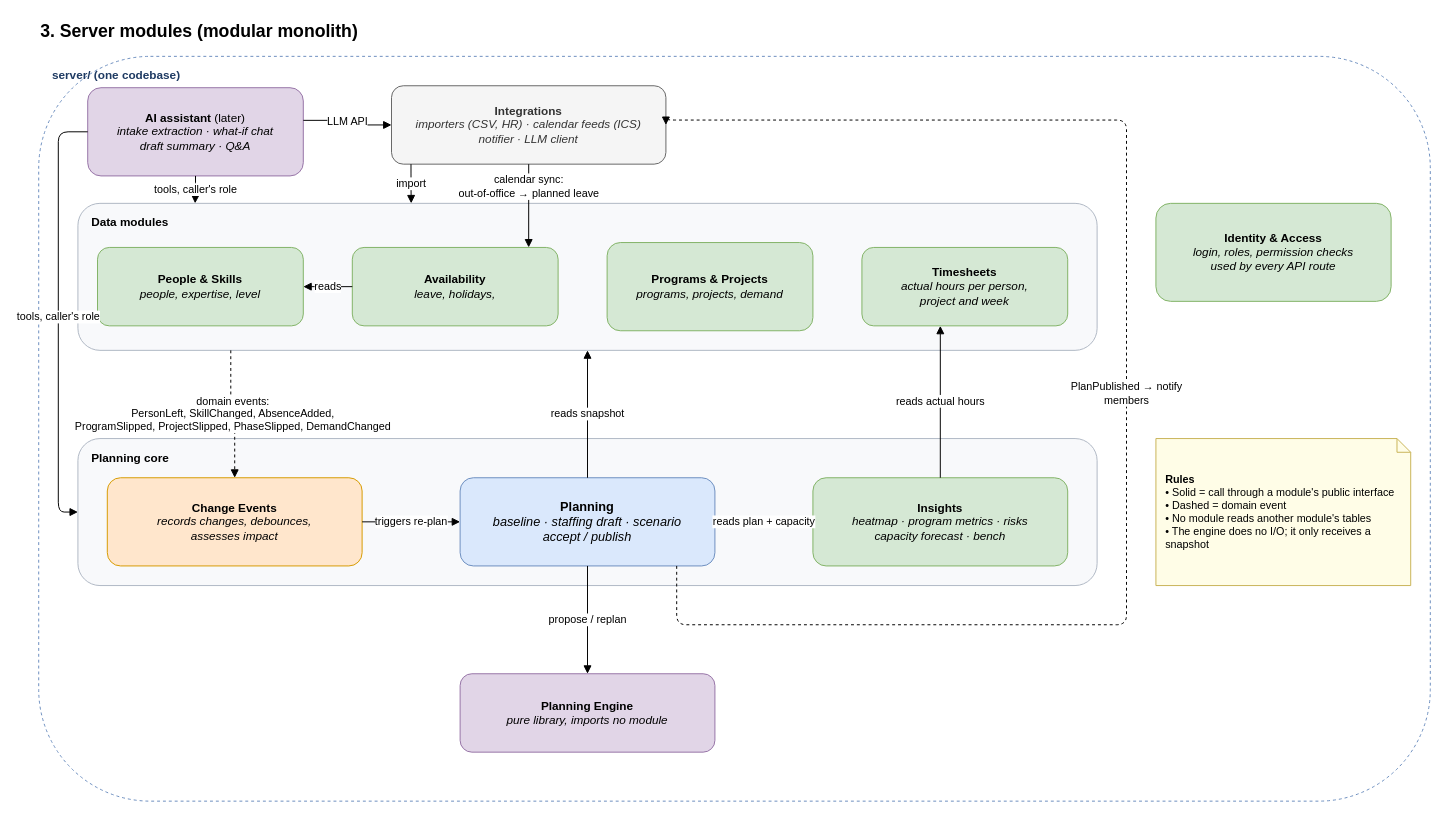
This is page "3. Server modules" (3 of 9) of docs/architecture.drawio from dophnamm/the-slot-finder, a draw.io file, before an edit. Source tidied: cells renumbered, new cells numbered last; positions are measured from the earlier drawing's top-left corner, leaving out a move shared by most shapes. Both pictures are drawn from the tidied source at 98%, with x=0, y=0 at pixel (38, 17).
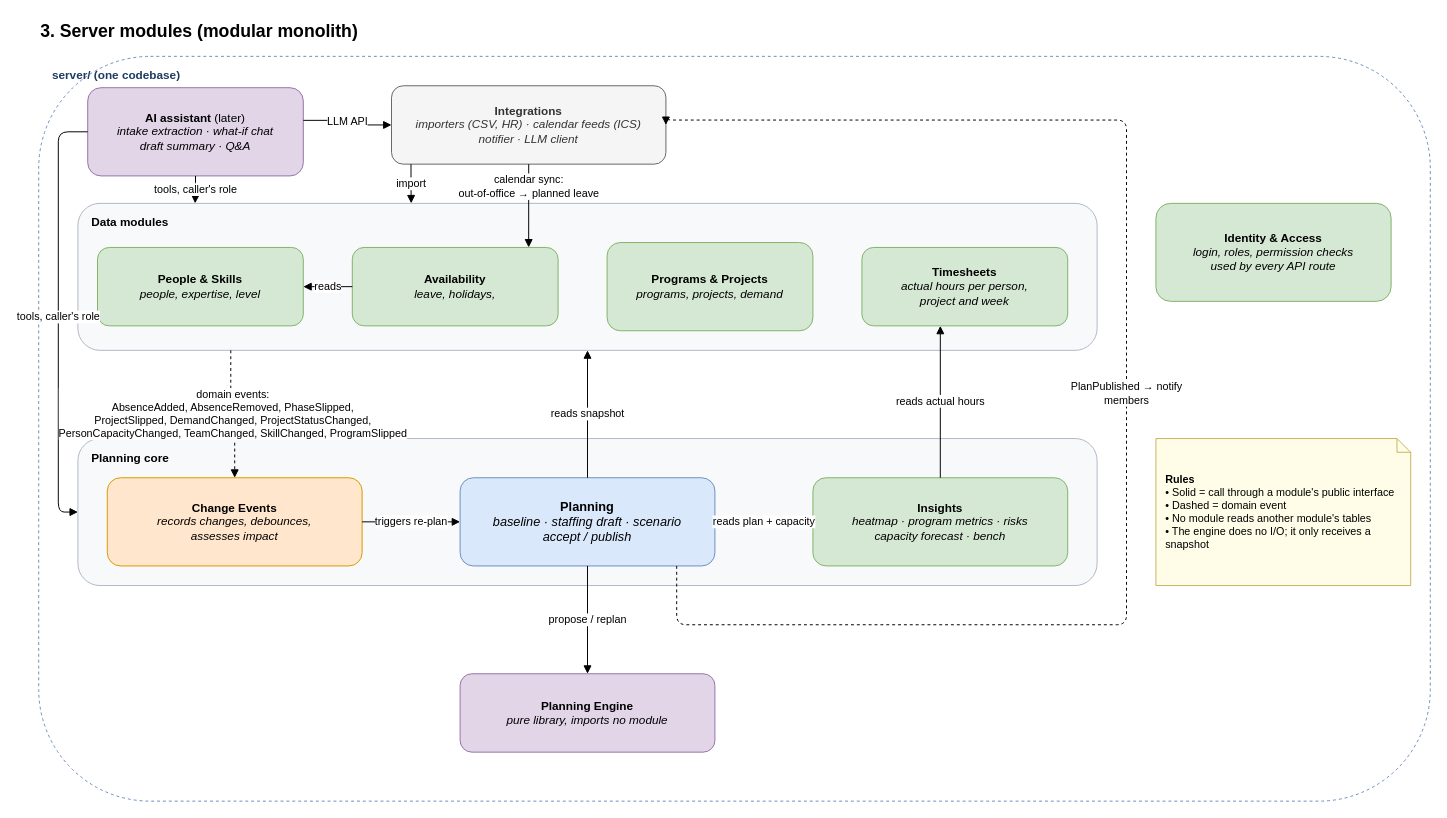
Above is the later version.

Commit message (it also covers changes not shown here):
docs: describe SkillChanged and ProgramSlipped

Unchanged cells that the change refers to:
```xml
<mxCell id="6" value="Data modules" style="rounded=1;whiteSpace=wrap;html=1;fillColor=#f8f9fb;strokeColor=#b0b8c4;verticalAlign=top;align=left;spacingLeft=12;spacingTop=6;fontStyle=1;" parent="1" vertex="1">
  <mxGeometry x="40" y="190" width="1040" height="150" as="geometry" />
</mxCell>
<mxCell id="12" value="&lt;b&gt;Change Events&lt;/b&gt;&lt;br&gt;&lt;i&gt;records changes, debounces,&lt;br&gt;assesses impact&lt;/i&gt;" style="rounded=1;whiteSpace=wrap;html=1;fillColor=#ffe6cc;strokeColor=#d79b00;" parent="1" vertex="1">
  <mxGeometry x="70" y="470" width="260" height="90" as="geometry" />
</mxCell>
```

The edit, as a diff of the source:
```diff
@@
-    <mxCell id="23" value="domain events:&lt;br&gt;PersonLeft, SkillChanged, AbsenceAdded,&lt;br&gt;ProgramSlipped, ProjectSlipped, PhaseSlipped, DemandChanged" style="edgeStyle=orthogonalEdgeStyle;rounded=1;html=1;endArrow=block;endFill=1;dashed=1;fontSize=11;labelBackgroundColor=#ffffff;exitX=0.15;exitY=1;exitDx=0;exitDy=0;entryX=0.5;entryY=0;entryDx=0;entryDy=0;" parent="1" edge="1" source="6" target="12">
+    <mxCell id="23" value="domain events:&lt;br&gt;AbsenceAdded, AbsenceRemoved, PhaseSlipped,&lt;br&gt;ProjectSlipped, DemandChanged, ProjectStatusChanged,&lt;br&gt;PersonCapacityChanged, TeamChanged, SkillChanged, ProgramSlipped" style="edgeStyle=orthogonalEdgeStyle;rounded=1;html=1;endArrow=block;endFill=1;dashed=1;fontSize=11;labelBackgroundColor=#ffffff;exitX=0.15;exitY=1;exitDx=0;exitDy=0;entryX=0.5;entryY=0;entryDx=0;entryDy=0;" parent="1" edge="1" source="6" target="12">
       <mxGeometry relative="1" as="geometry" />
     </mxCell>
```
